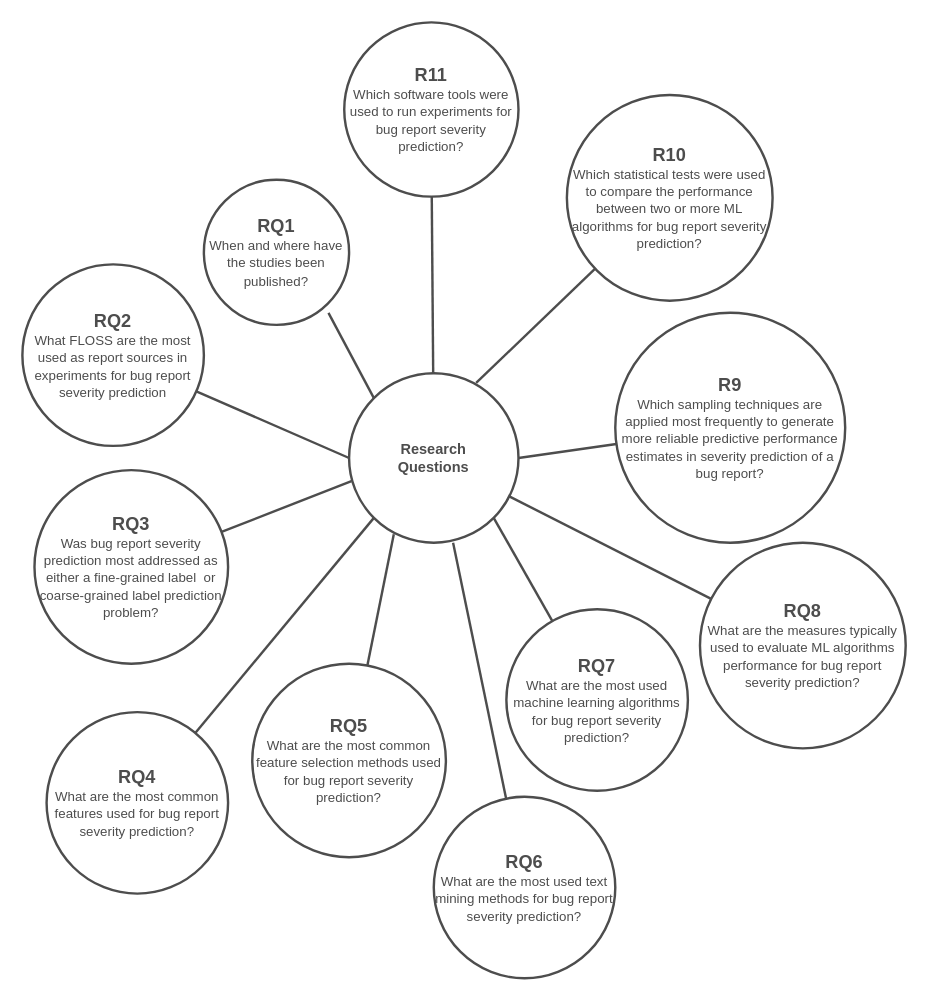
Before: figures/Presentation Figures.drawio in gomesluiz/my-doctoral-presentation, a draw.io diagram. Source tidied: cells renumbered, new cells numbered last; positions are measured from the earlier drawing's top-left corner, leaving out a move shared by most shapes. Both pictures are drawn from the tidied source at 121%, with x=0, y=0 at pixel (22, 22).
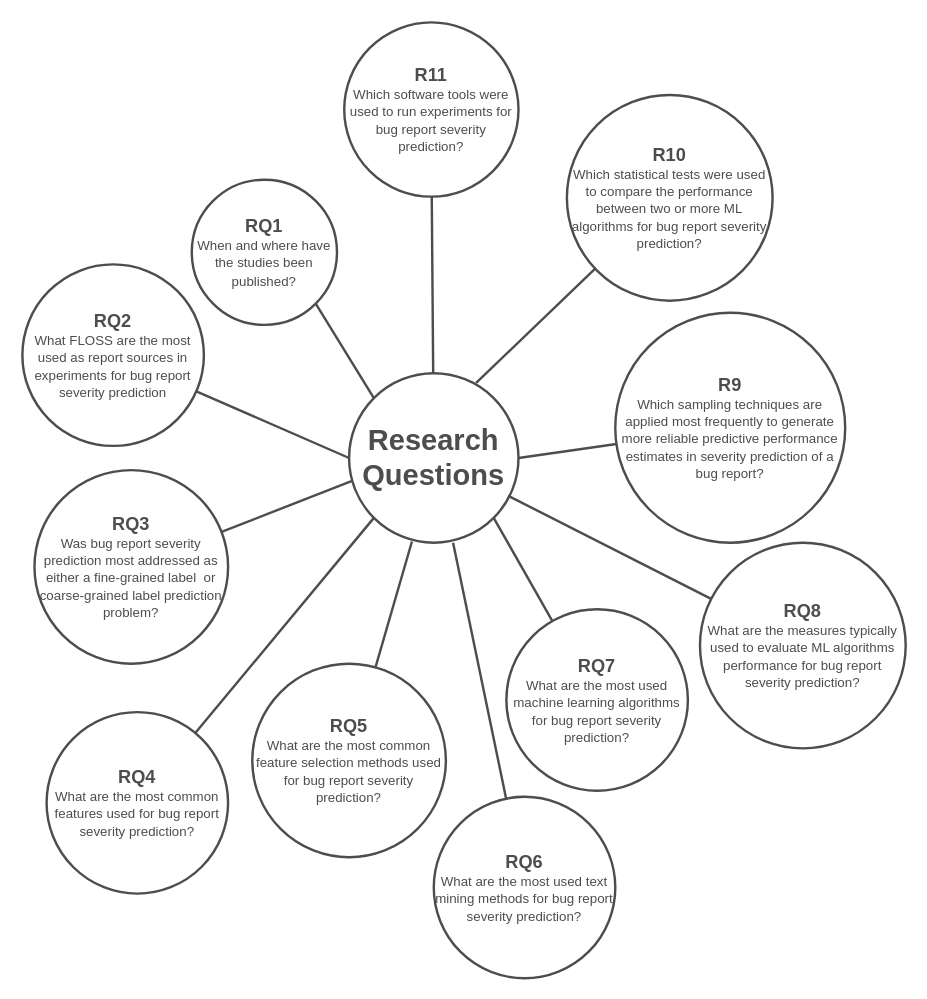
Above is the later version.

The change refers to these unchanged cells:
```xml
<mxCell id="10" value="&lt;font color=&quot;#4d4d4d&quot; style=&quot;font-size: 11px&quot;&gt;&lt;b&gt;&lt;span style=&quot;font-size: 15px&quot;&gt;RQ5&lt;/span&gt;&lt;font style=&quot;font-size: 11px&quot;&gt;&lt;br&gt;&lt;/font&gt;&lt;/b&gt;&lt;/font&gt;&lt;font color=&quot;#4d4d4d&quot;&gt;&lt;span style=&quot;font-size: 11px&quot;&gt;What are the most common feature selection methods used for bug report severity prediction?&lt;/span&gt;&lt;/font&gt;" style="ellipse;whiteSpace=wrap;html=1;strokeWidth=2;strokeColor=#4D4D4D;" parent="1" vertex="1">
  <mxGeometry x="190" y="530" width="160" height="160" as="geometry" />
</mxCell>
```

The edit, as a diff of the source:
```diff
@@
-    <mxCell id="2" value="&lt;font color=&quot;#4d4d4d&quot;&gt;&lt;b&gt;Research&lt;br&gt;Questions&lt;/b&gt;&lt;/font&gt;" style="ellipse;whiteSpace=wrap;html=1;strokeWidth=2;strokeColor=#4D4D4D;" parent="1" vertex="1">
+    <mxCell id="2" value="&lt;font color=&quot;#4d4d4d&quot; style=&quot;font-size: 24px&quot;&gt;&lt;b&gt;Research&lt;br&gt;Questions&lt;/b&gt;&lt;/font&gt;" style="ellipse;whiteSpace=wrap;html=1;strokeWidth=2;strokeColor=#4D4D4D;" parent="1" vertex="1">
       <mxGeometry x="270" y="290" width="140" height="140" as="geometry" />
     </mxCell>
@@
-    <mxCell id="9" style="edgeStyle=none;rounded=0;jettySize=auto;html=1;entryX=0.264;entryY=0.95;entryDx=0;entryDy=0;endArrow=none;endFill=0;strokeColor=#4D4D4D;strokeWidth=2;entryPerimeter=0;" parent="1" edge="1" source="10" target="2">
+    <mxCell id="9" style="edgeStyle=none;rounded=0;jettySize=auto;html=1;entryX=0.371;entryY=0.993;entryDx=0;entryDy=0;endArrow=none;endFill=0;strokeColor=#4D4D4D;strokeWidth=2;entryPerimeter=0;" parent="1" edge="1" source="10" target="2">
       <mxGeometry relative="1" as="geometry" />
     </mxCell>
@@
-    <mxCell id="23" style="edgeStyle=none;rounded=0;jettySize=auto;html=1;entryX=0;entryY=0;entryDx=0;entryDy=0;endArrow=none;endFill=0;strokeColor=#4D4D4D;strokeWidth=2;exitX=0.858;exitY=0.917;exitDx=0;exitDy=0;exitPerimeter=0;" parent="1" edge="1" source="24" target="2">
+    <mxCell id="23" style="edgeStyle=none;rounded=0;jettySize=auto;html=1;entryX=0;entryY=0;entryDx=0;entryDy=0;endArrow=none;endFill=0;strokeColor=#4D4D4D;strokeWidth=2;exitX=1;exitY=1;exitDx=0;exitDy=0;" parent="1" edge="1" source="24" target="2">
       <mxGeometry relative="1" as="geometry" />
     </mxCell>
     <mxCell id="24" value="&lt;font color=&quot;#4d4d4d&quot; style=&quot;font-size: 11px&quot;&gt;&lt;b&gt;&lt;span style=&quot;font-size: 15px&quot;&gt;RQ1&lt;/span&gt;&lt;font style=&quot;font-size: 11px&quot;&gt;&lt;br&gt;&lt;/font&gt;&lt;/b&gt;&lt;/font&gt;&lt;font style=&quot;font-size: 11px&quot; color=&quot;#4d4d4d&quot;&gt;When and where have the studies been published?&lt;/font&gt;" style="ellipse;whiteSpace=wrap;html=1;strokeWidth=2;strokeColor=#4D4D4D;" parent="1" vertex="1">
-      <mxGeometry x="150" y="130" width="120" height="120" as="geometry" />
+      <mxGeometry x="140" y="130" width="120" height="120" as="geometry" />
     </mxCell>
```
